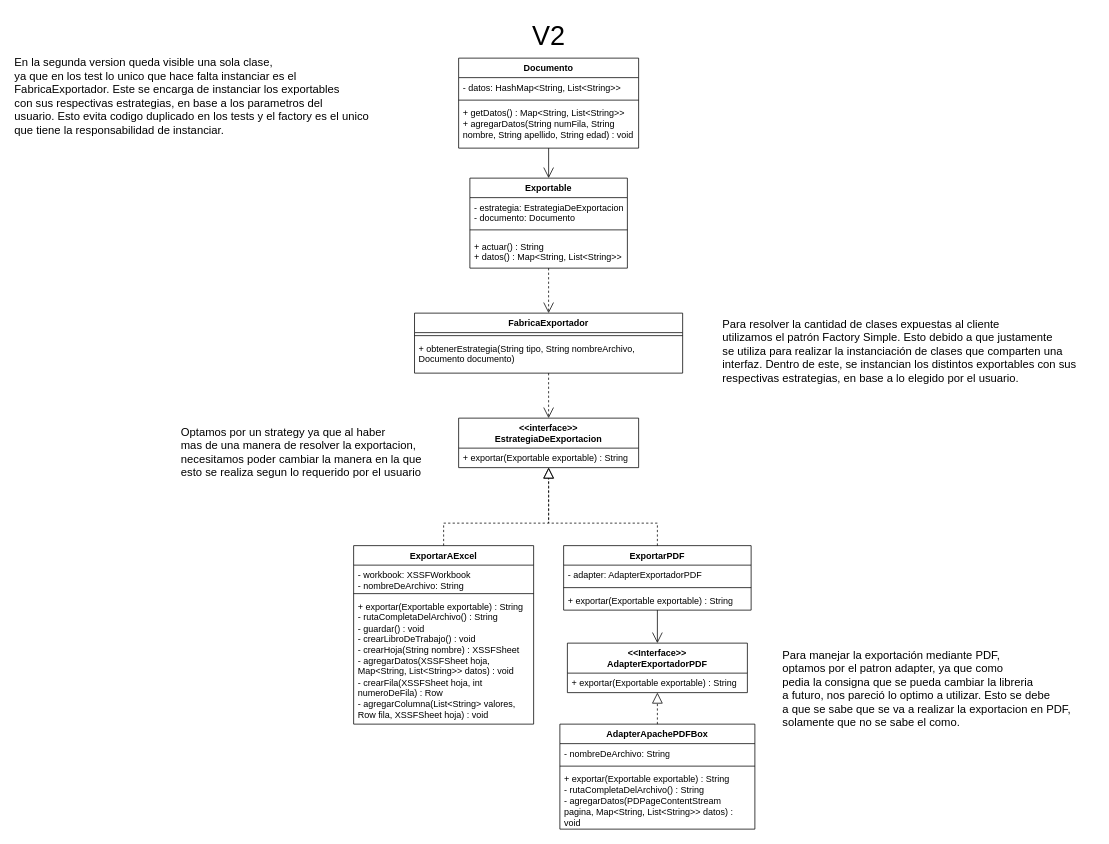
Juanchi0207/DDS24_PanzeraSampieri keeps this draw.io diagram as CeruttiSampieri-TPv2/DiagramaV2.drawio. Above is the earlier version. Source tidied: cells renumbered, new cells numbered last; positions are measured from the earlier drawing's top-left corner, leaving out a move shared by most shapes. Both pictures are drawn from the tidied source at 75%, with x=0, y=0 at pixel (13, 13).
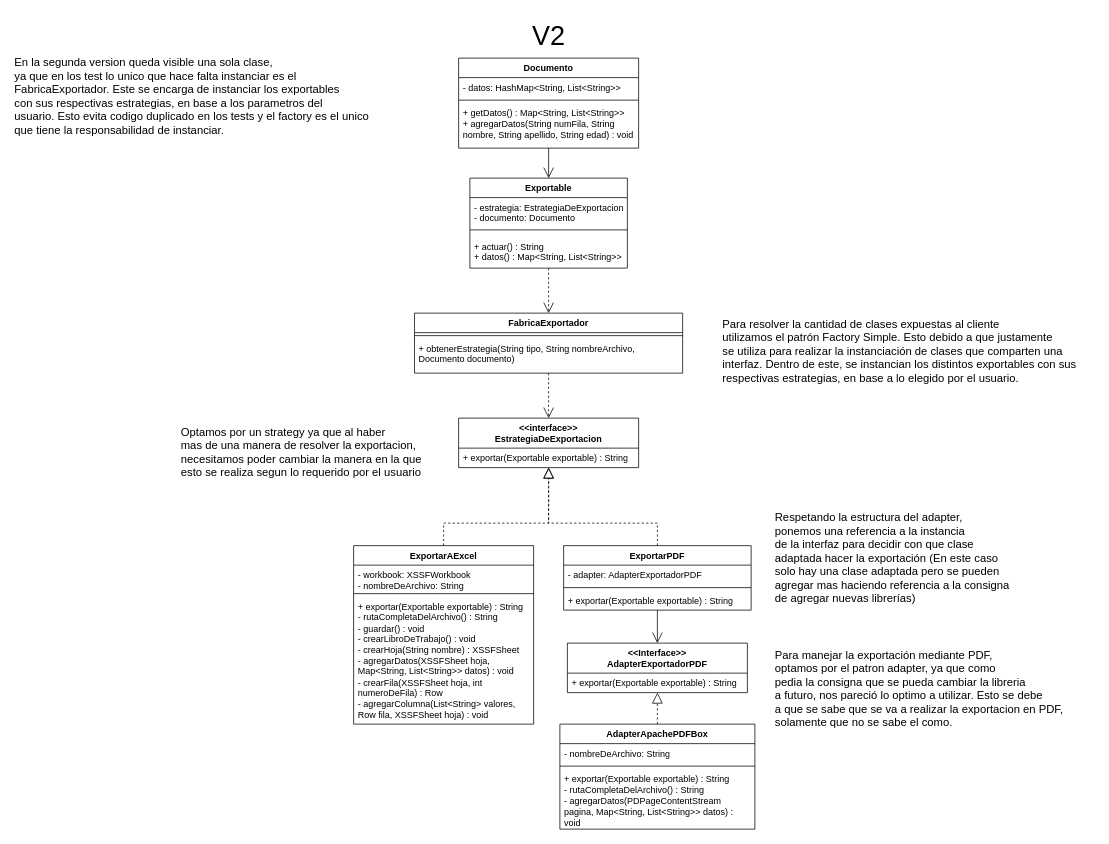
The same diagram, later.

Commit message (it also covers changes not shown here):
Ahora si terminado

Diff of the diagram source:
```diff
@@
     <mxCell id="38" value="&lt;span style=&quot;font-size: 15px;&quot;&gt;Para manejar la exportación mediante PDF,&lt;/span&gt;&lt;div&gt;&lt;span style=&quot;font-size: 15px;&quot;&gt;optamos por el patron adapter, ya que como&amp;nbsp;&lt;/span&gt;&lt;/div&gt;&lt;div&gt;&lt;span style=&quot;font-size: 15px;&quot;&gt;pedia la consigna que se pueda cambiar la libreria&amp;nbsp;&lt;/span&gt;&lt;/div&gt;&lt;div&gt;&lt;span style=&quot;font-size: 15px;&quot;&gt;a futuro, nos pareció lo optimo a utilizar. Esto se debe&amp;nbsp;&lt;/span&gt;&lt;/div&gt;&lt;div&gt;&lt;span style=&quot;font-size: 15px;&quot;&gt;a que se sabe que se va a realizar la exportacion en PDF,&lt;/span&gt;&lt;/div&gt;&lt;div&gt;&lt;span style=&quot;font-size: 15px;&quot;&gt;solamente que no se sabe el como.&lt;/span&gt;&lt;/div&gt;" style="text;html=1;align=left;verticalAlign=middle;strokeColor=none;fillColor=none;" parent="1" vertex="1">
-      <mxGeometry x="1024" y="840" width="410" height="120" as="geometry" />
+      <mxGeometry x="1014" y="840" width="410" height="120" as="geometry" />
     </mxCell>
@@
+    <mxCell id="41" value="&lt;div align=&quot;left&quot;&gt;&lt;font style=&quot;font-size: 15px;&quot;&gt;Respetando la estructura del adapter,&lt;/font&gt;&lt;/div&gt;&lt;div align=&quot;left&quot;&gt;&lt;font style=&quot;font-size: 15px;&quot;&gt;ponemos una referencia a la instancia&lt;/font&gt;&lt;/div&gt;&lt;div align=&quot;left&quot;&gt;&lt;font style=&quot;font-size: 15px;&quot;&gt;de la interfaz para decidir con que clase&lt;/font&gt;&lt;/div&gt;&lt;div align=&quot;left&quot;&gt;&lt;font style=&quot;font-size: 15px;&quot;&gt;adaptada hacer la exportación (En este caso&lt;/font&gt;&lt;/div&gt;&lt;div align=&quot;left&quot;&gt;&lt;font style=&quot;font-size: 15px;&quot;&gt;solo hay una clase adaptada pero se pueden&lt;/font&gt;&lt;/div&gt;&lt;div align=&quot;left&quot;&gt;&lt;font style=&quot;font-size: 15px;&quot;&gt;agregar mas haciendo referencia a la consigna &lt;br&gt;&lt;/font&gt;&lt;/div&gt;&lt;div align=&quot;left&quot;&gt;&lt;font style=&quot;font-size: 15px;&quot;&gt;de agregar nuevas librerías)&lt;br&gt;&lt;/font&gt;&lt;/div&gt;" style="text;html=1;align=left;verticalAlign=middle;strokeColor=none;fillColor=none;" parent="1" vertex="1">
+      <mxGeometry x="1014" y="656" width="330" height="140" as="geometry" />
+    </mxCell>
```
